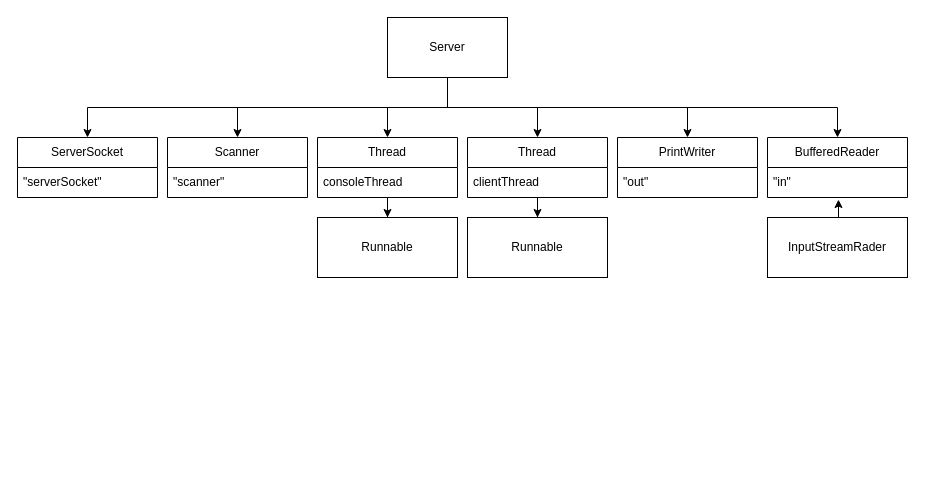
Earlier version of the draw.io diagram Diagramer/Klassediagram_server.drawio (Simon9877/prog-Eksamensprojekt). Source tidied: cells renumbered, new cells numbered last; positions are measured from the earlier drawing's top-left corner, leaving out a move shared by most shapes. Both pictures are drawn from the tidied source at 100%, with x=0, y=0 at pixel (17, 17).
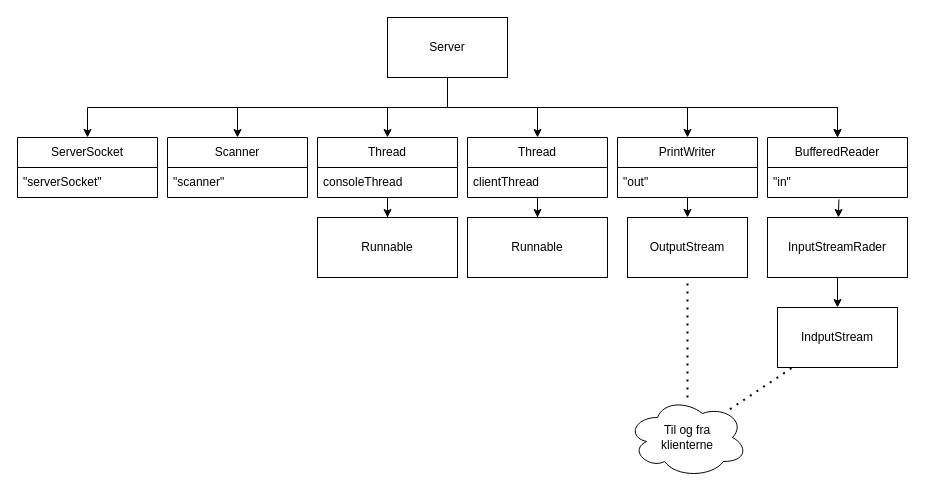
The same diagram, later.

Unchanged cells that the change refers to:
```xml
<mxCell id="8" value="Server" style="rounded=0;whiteSpace=wrap;html=1;" parent="1" vertex="1">
  <mxGeometry x="370" width="120" height="60" as="geometry" />
</mxCell>
<mxCell id="21" value="BufferedReader" style="swimlane;fontStyle=0;horizontal=1;startSize=30;whiteSpace=wrap;html=1;" parent="1" vertex="1">
  <mxGeometry x="750" y="120" width="140" height="60" as="geometry" />
</mxCell>
<mxCell id="22" value="&quot;in&quot;" style="text;strokeColor=none;fillColor=none;align=left;verticalAlign=middle;spacingLeft=4;spacingRight=4;overflow=hidden;points=[[0,0.5],[1,0.5]];portConstraint=eastwest;whiteSpace=wrap;html=1;" parent="21" vertex="1">
  <mxGeometry y="30" width="140" height="30" as="geometry" />
</mxCell>
<mxCell id="26" value="InputStreamRader" style="rounded=0;whiteSpace=wrap;html=1;" parent="1" vertex="1">
  <mxGeometry x="750" y="200" width="140" height="60" as="geometry" />
</mxCell>
```

The edit, as a diff of the source:
```diff
@@
+    <mxCell id="27" style="edgeStyle=orthogonalEdgeStyle;rounded=0;jettySize=auto;html=1;" parent="1" edge="1" source="8" target="21">
+      <mxGeometry relative="1" as="geometry">
+        <Array as="points">
+          <mxPoint x="430" y="90" />
+          <mxPoint x="820" y="90" />
+        </Array>
+      </mxGeometry>
+    </mxCell>
@@
-    <mxCell id="25" style="edgeStyle=orthogonalEdgeStyle;rounded=0;jettySize=auto;html=1;exitX=0.5;exitY=0;exitDx=0;exitDy=0;entryX=0.507;entryY=1.067;entryDx=0;entryDy=0;entryPerimeter=0;" parent="1" edge="1" source="26" target="22">
-      <mxGeometry relative="1" as="geometry" />
-    </mxCell>
+    <mxCell id="28" style="edgeStyle=orthogonalEdgeStyle;rounded=0;jettySize=auto;html=1;" parent="1" edge="1" source="26" target="30">
+      <mxGeometry relative="1" as="geometry" />
+    </mxCell>
@@
+    <mxCell id="29" value="Til og fra &lt;br&gt;klienterne" style="ellipse;shape=cloud;whiteSpace=wrap;html=1;" parent="1" vertex="1">
+      <mxGeometry x="610" y="380" width="120" height="80" as="geometry" />
+    </mxCell>
+    <mxCell id="30" value="IndputStream" style="whiteSpace=wrap;html=1;rounded=0;" parent="1" vertex="1">
+      <mxGeometry x="760" y="290" width="120" height="60" as="geometry" />
+    </mxCell>
+    <mxCell id="31" value="OutputStream" style="whiteSpace=wrap;html=1;rounded=0;" parent="1" vertex="1">
+      <mxGeometry x="610" y="200" width="120" height="60" as="geometry" />
+    </mxCell>
+    <mxCell id="32" style="endArrow=classic;html=1;rounded=0;" parent="1" edge="1" target="31">
+      <mxGeometry relative="1" as="geometry">
+        <mxPoint x="670" y="180" as="sourcePoint" />
+      </mxGeometry>
+    </mxCell>
+    <mxCell id="33" style="endArrow=none;dashed=1;html=1;dashPattern=1 3;strokeWidth=2;rounded=0;" parent="1" edge="1" source="29" target="31">
+      <mxGeometry relative="1" as="geometry" />
+    </mxCell>
+    <mxCell id="34" style="endArrow=none;dashed=1;html=1;dashPattern=1 3;strokeWidth=2;rounded=0;" parent="1" edge="1" source="29" target="30">
+      <mxGeometry relative="1" as="geometry" />
+    </mxCell>
+    <mxCell id="35" style="endArrow=classic;html=1;rounded=0;exitX=0.51;exitY=1.062;exitDx=0;exitDy=0;exitPerimeter=0;" parent="1" edge="1" source="22" target="26">
+      <mxGeometry relative="1" as="geometry" />
+    </mxCell>
```
